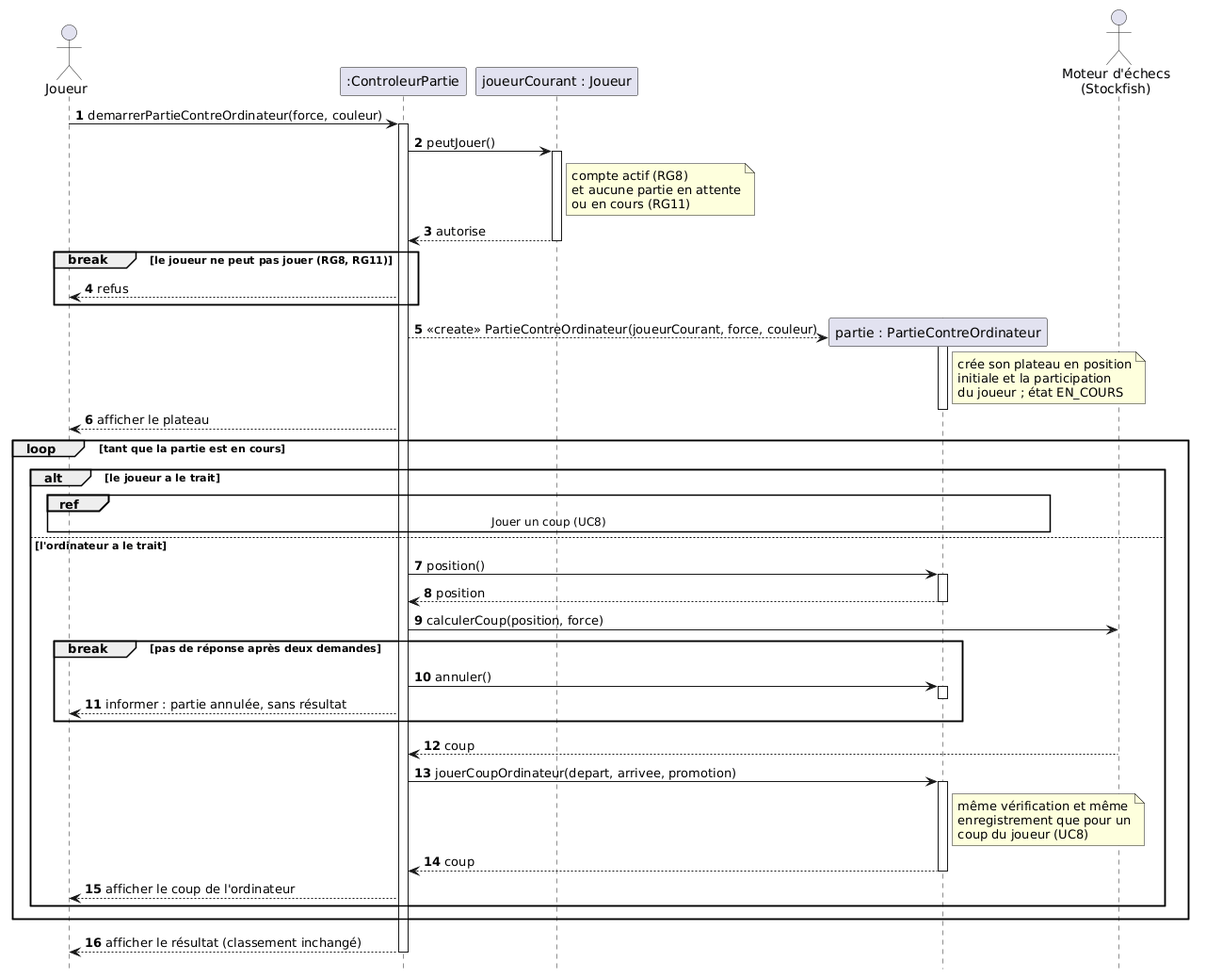
The PlantUML diagram diagrams/sequence-contre-ordinateur.png in kevinBissouth/projet_echecs_tic315, before a commit. Its diagram source:
```plantuml
@startuml

autonumber
hide footbox

actor "Joueur" as joueur
participant ":ControleurPartie" as controleur
participant "joueurCourant : Joueur" as compte
participant "partie : PartieContreOrdinateur" as partie
actor "Moteur d'échecs\n(Stockfish)" as moteur

joueur -> controleur ++ : demarrerPartieContreOrdinateur(force, couleur)
controleur -> compte ++ : peutJouer()
note right of compte : compte actif (RG8)\net aucune partie en attente\nou en cours (RG11)
compte --> controleur -- : autorise
break le joueur ne peut pas jouer (RG8, RG11)
  controleur --> joueur : refus
end
create partie
controleur --> partie ++ : <<create>> PartieContreOrdinateur(joueurCourant, force, couleur)
note right of partie : crée son plateau en position\ninitiale et la participation\ndu joueur ; état EN_COURS
deactivate partie
controleur --> joueur : afficher le plateau

loop tant que la partie est en cours
  alt le joueur a le trait
    ref over joueur, controleur, partie : Jouer un coup (UC8)
  else l'ordinateur a le trait
    controleur -> partie ++ : position()
    partie --> controleur -- : position
    controleur -> moteur : calculerCoup(position, force)
    break pas de réponse après deux demandes
      controleur -> partie ++ : annuler()
      deactivate partie
      controleur --> joueur : informer : partie annulée, sans résultat
    end
    moteur --> controleur : coup
    controleur -> partie ++ : jouerCoupOrdinateur(depart, arrivee, promotion)
    note right of partie : même vérification et même\nenregistrement que pour un\ncoup du joueur (UC8)
    partie --> controleur -- : coup
    controleur --> joueur : afficher le coup de l'ordinateur
  end
end

controleur --> joueur : afficher le résultat (classement inchangé)
deactivate controleur
@enduml
```
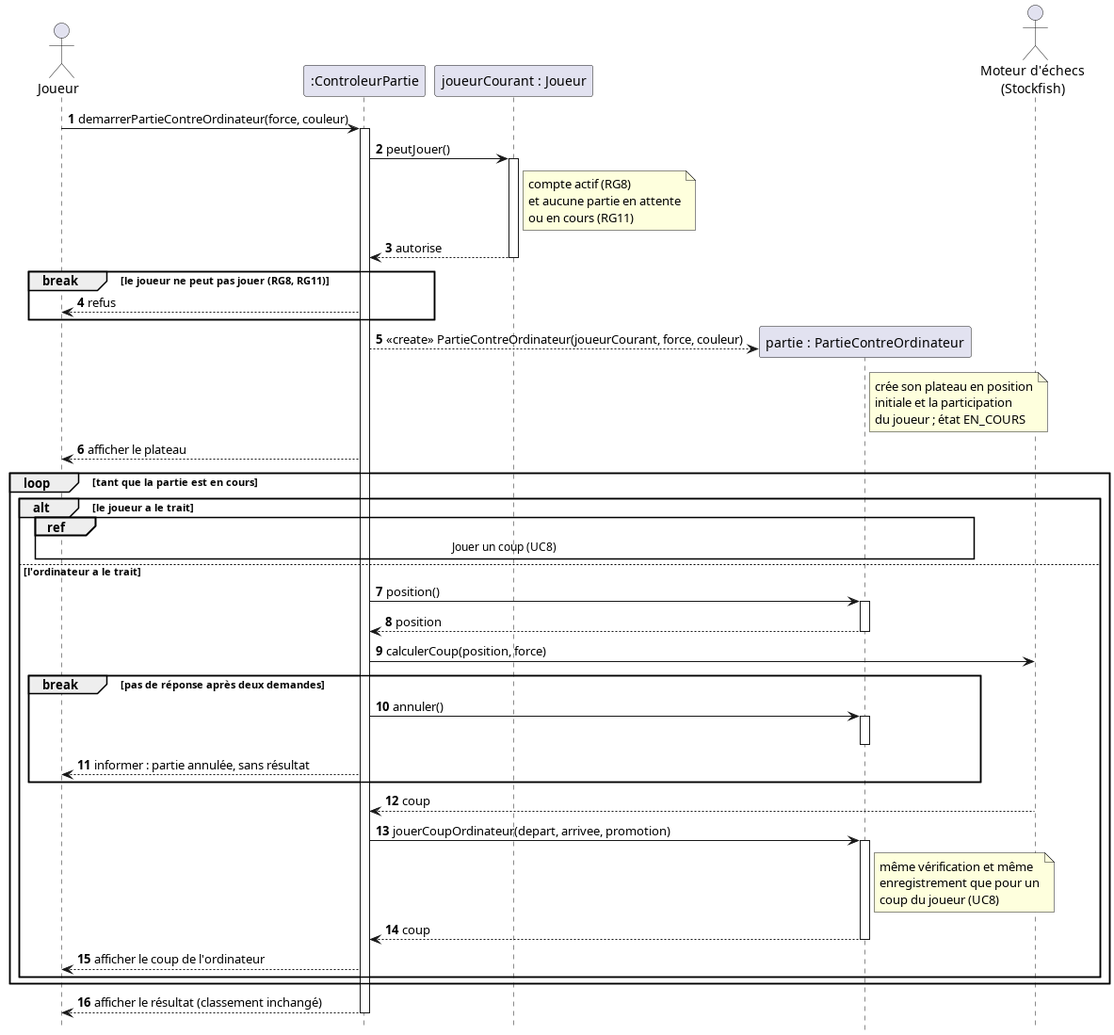
Later version of the same file.

The edit, as a diff of the source:
```diff
@@ -1,4 +1,4 @@
-@startuml
+@startuml sequence-contre-ordinateur
 
 autonumber
 hide footbox
@@ -17,9 +17,8 @@
   controleur --> joueur : refus
 end
 create partie
-controleur --> partie ++ : <<create>> PartieContreOrdinateur(joueurCourant, force, couleur)
+controleur --> partie : <<create>> PartieContreOrdinateur(joueurCourant, force, couleur)
 note right of partie : crée son plateau en position\ninitiale et la participation\ndu joueur ; état EN_COURS
-deactivate partie
 controleur --> joueur : afficher le plateau
 
 loop tant que la partie est en cours
@@ -44,4 +43,5 @@
 
 controleur --> joueur : afficher le résultat (classement inchangé)
 deactivate controleur
+
 @enduml
```
